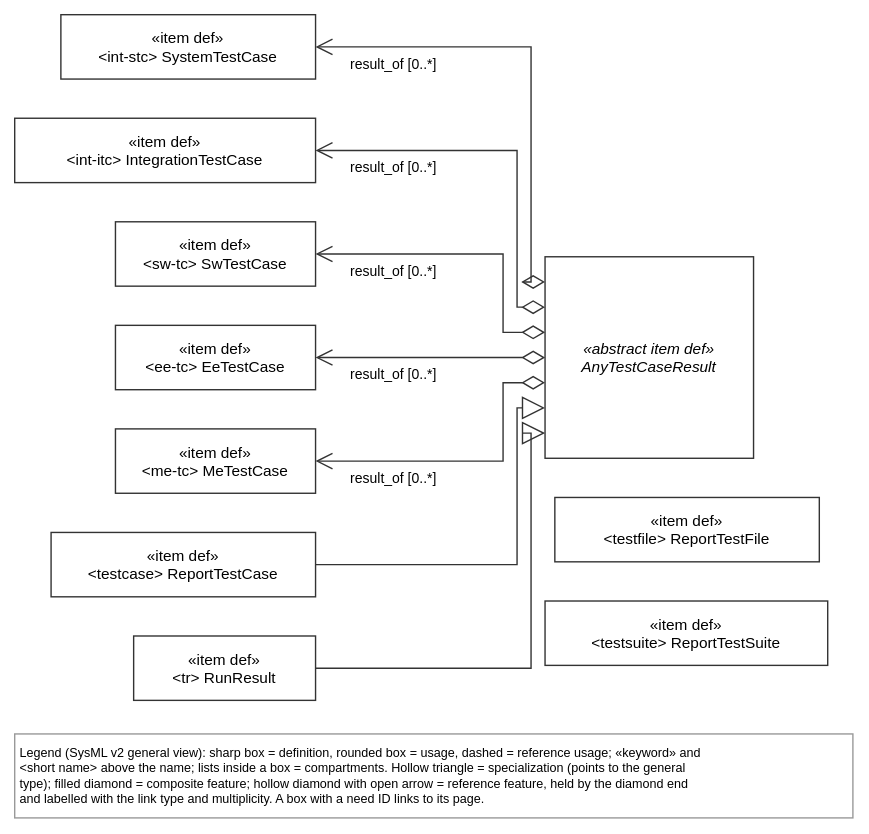
The draw.io diagram views/traceResults.drawio.svg in tiacsys/xdmod, before a commit. Source tidied: cells renumbered, new cells last; positions are measured from the earlier drawing's top-left corner, leaving out a move shared by most shapes. Source of this version:
```xml
<mxGraphModel>
  <root>
    <mxCell id="0" />
    <mxCell id="1" parent="0" />
    <mxCell id="2" value="«item def»&#10;&lt;ee-tc&gt; EeTestCase" style="html=0;fontFamily=Helvetica;fontSize=11;strokeColor=#333333;rounded=0;fillColor=#FFFFFF;verticalAlign=middle;" parent="1" vertex="1">
      <mxGeometry x="72" y="222" width="143" height="46" as="geometry" />
    </mxCell>
    <mxCell id="3" value="«item def»&#10;&lt;int-itc&gt; IntegrationTestCase" style="html=0;fontFamily=Helvetica;fontSize=11;strokeColor=#333333;rounded=0;fillColor=#FFFFFF;verticalAlign=middle;" parent="1" vertex="1">
      <mxGeometry y="74" width="215" height="46" as="geometry" />
    </mxCell>
    <mxCell id="4" value="«item def»&#10;&lt;int-stc&gt; SystemTestCase" style="html=0;fontFamily=Helvetica;fontSize=11;strokeColor=#333333;rounded=0;fillColor=#FFFFFF;verticalAlign=middle;" parent="1" vertex="1">
      <mxGeometry x="33" width="182" height="46" as="geometry" />
    </mxCell>
    <mxCell id="5" value="«item def»&#10;&lt;me-tc&gt; MeTestCase" style="html=0;fontFamily=Helvetica;fontSize=11;strokeColor=#333333;rounded=0;fillColor=#FFFFFF;verticalAlign=middle;" parent="1" vertex="1">
      <mxGeometry x="72" y="296" width="143" height="46" as="geometry" />
    </mxCell>
    <mxCell id="6" value="«abstract item def»&#10;AnyTestCaseResult" style="html=0;fontFamily=Helvetica;fontSize=11;strokeColor=#333333;rounded=0;fillColor=#FFFFFF;fontStyle=2;verticalAlign=middle;" parent="1" vertex="1">
      <mxGeometry x="379" y="173" width="149" height="144" as="geometry" />
    </mxCell>
    <mxCell id="7" value="«item def»&#10;&lt;testcase&gt; ReportTestCase" style="html=0;fontFamily=Helvetica;fontSize=11;strokeColor=#333333;rounded=0;fillColor=#FFFFFF;verticalAlign=middle;" parent="1" vertex="1">
      <mxGeometry x="26" y="370" width="189" height="46" as="geometry" />
    </mxCell>
    <mxCell id="8" value="«item def»&#10;&lt;testfile&gt; ReportTestFile" style="html=0;fontFamily=Helvetica;fontSize=11;strokeColor=#333333;rounded=0;fillColor=#FFFFFF;verticalAlign=middle;" parent="1" vertex="1">
      <mxGeometry x="386" y="345" width="189" height="46" as="geometry" />
    </mxCell>
    <mxCell id="9" value="«item def»&#10;&lt;testsuite&gt; ReportTestSuite" style="html=0;fontFamily=Helvetica;fontSize=11;strokeColor=#333333;rounded=0;fillColor=#FFFFFF;verticalAlign=middle;" parent="1" vertex="1">
      <mxGeometry x="379" y="419" width="202" height="46" as="geometry" />
    </mxCell>
    <mxCell id="10" value="«item def»&#10;&lt;tr&gt; RunResult" style="html=0;fontFamily=Helvetica;fontSize=11;strokeColor=#333333;rounded=0;fillColor=#FFFFFF;verticalAlign=middle;" parent="1" vertex="1">
      <mxGeometry x="85" y="444" width="130" height="46" as="geometry" />
    </mxCell>
    <mxCell id="11" value="«item def»&#10;&lt;sw-tc&gt; SwTestCase" style="html=0;fontFamily=Helvetica;fontSize=11;strokeColor=#333333;rounded=0;fillColor=#FFFFFF;verticalAlign=middle;" parent="1" vertex="1">
      <mxGeometry x="72" y="148" width="143" height="46" as="geometry" />
    </mxCell>
    <mxCell id="12" value="Legend (SysML v2 general view): sharp box = definition, rounded box = usage, dashed = reference usage; «keyword» and&#10;&lt;short name&gt; above the name; lists inside a box = compartments. Hollow triangle = specialization (points to the general&#10;type); filled diamond = composite feature; hollow diamond with open arrow = reference feature, held by the diamond end&#10;and labelled with the link type and multiplicity. A box with a need ID links to its page." style="text;html=0;align=left;verticalAlign=top;fontFamily=Helvetica;fontSize=9;fillColor=#FFFFFF;strokeColor=#999999;spacing=4;" parent="1" vertex="1">
      <mxGeometry y="514" width="599" height="60" as="geometry" />
    </mxCell>
    <mxCell id="13" value="result_of [0..*]" style="html=0;rounded=0;endSize=10;startSize=14;fontFamily=Helvetica;fontSize=10;labelBackgroundColor=#FFFFFF;strokeColor=#333333;startArrow=diamondThin;startFill=0;endArrow=open;exitX=0.000;exitY=0.500;exitDx=0;exitDy=0;exitPerimeter=0;entryX=1.000;entryY=0.500;entryDx=0;entryDy=0;entryPerimeter=0;" parent="1" edge="1" source="6" target="2">
      <mxGeometry relative="1" as="geometry">
        <mxPoint x="-26" y="12" as="offset" />
      </mxGeometry>
    </mxCell>
    <mxCell id="14" value="result_of [0..*]" style="html=0;rounded=0;endSize=10;startSize=14;fontFamily=Helvetica;fontSize=10;labelBackgroundColor=#FFFFFF;strokeColor=#333333;startArrow=diamondThin;startFill=0;endArrow=open;exitX=0.000;exitY=0.250;exitDx=0;exitDy=0;exitPerimeter=0;entryX=1.000;entryY=0.500;entryDx=0;entryDy=0;entryPerimeter=0;" parent="1" edge="1" source="6" target="3">
      <mxGeometry relative="1" as="geometry">
        <Array as="points">
          <mxPoint x="359" y="209" />
          <mxPoint x="359" y="97" />
        </Array>
        <mxPoint x="-82" y="12" as="offset" />
      </mxGeometry>
    </mxCell>
    <mxCell id="15" value="result_of [0..*]" style="html=0;rounded=0;endSize=10;startSize=14;fontFamily=Helvetica;fontSize=10;labelBackgroundColor=#FFFFFF;strokeColor=#333333;startArrow=diamondThin;startFill=0;endArrow=open;exitX=0.000;exitY=0.125;exitDx=0;exitDy=0;exitPerimeter=0;entryX=1.000;entryY=0.500;entryDx=0;entryDy=0;entryPerimeter=0;" parent="1" edge="1" source="6" target="4">
      <mxGeometry relative="1" as="geometry">
        <Array as="points">
          <mxPoint x="369" y="191" />
          <mxPoint x="369" y="23" />
        </Array>
        <mxPoint x="-98" as="offset" />
      </mxGeometry>
    </mxCell>
    <mxCell id="16" value="result_of [0..*]" style="html=0;rounded=0;endSize=10;startSize=14;fontFamily=Helvetica;fontSize=10;labelBackgroundColor=#FFFFFF;strokeColor=#333333;startArrow=diamondThin;startFill=0;endArrow=open;exitX=0.000;exitY=0.625;exitDx=0;exitDy=0;exitPerimeter=0;entryX=1.000;entryY=0.500;entryDx=0;entryDy=0;entryPerimeter=0;" parent="1" edge="1" source="6" target="5">
      <mxGeometry relative="1" as="geometry">
        <Array as="points">
          <mxPoint x="349" y="263" />
          <mxPoint x="349" y="319" />
        </Array>
        <mxPoint x="-54" y="12" as="offset" />
      </mxGeometry>
    </mxCell>
    <mxCell id="17" value="result_of [0..*]" style="html=0;rounded=0;endSize=10;startSize=14;fontFamily=Helvetica;fontSize=10;labelBackgroundColor=#FFFFFF;strokeColor=#333333;startArrow=diamondThin;startFill=0;endArrow=open;exitX=0.000;exitY=0.375;exitDx=0;exitDy=0;exitPerimeter=0;entryX=1.000;entryY=0.500;entryDx=0;entryDy=0;entryPerimeter=0;" parent="1" edge="1" source="6" target="11">
      <mxGeometry relative="1" as="geometry">
        <Array as="points">
          <mxPoint x="349" y="227" />
          <mxPoint x="349" y="171" />
        </Array>
        <mxPoint x="-54" y="12" as="offset" />
      </mxGeometry>
    </mxCell>
    <mxCell id="18" style="html=0;rounded=0;endSize=10;startSize=14;fontFamily=Helvetica;fontSize=10;labelBackgroundColor=#FFFFFF;strokeColor=#333333;endArrow=block;endFill=0;endSize=14;exitX=1.000;exitY=0.500;exitDx=0;exitDy=0;exitPerimeter=0;entryX=0.000;entryY=0.750;entryDx=0;entryDy=0;entryPerimeter=0;" parent="1" edge="1" source="7" target="6">
      <mxGeometry relative="1" as="geometry">
        <Array as="points">
          <mxPoint x="359" y="393" />
          <mxPoint x="359" y="281" />
        </Array>
      </mxGeometry>
    </mxCell>
    <mxCell id="19" style="html=0;rounded=0;endSize=10;startSize=14;fontFamily=Helvetica;fontSize=10;labelBackgroundColor=#FFFFFF;strokeColor=#333333;endArrow=block;endFill=0;endSize=14;exitX=1.000;exitY=0.500;exitDx=0;exitDy=0;exitPerimeter=0;entryX=0.000;entryY=0.875;entryDx=0;entryDy=0;entryPerimeter=0;" parent="1" edge="1" source="10" target="6">
      <mxGeometry relative="1" as="geometry">
        <Array as="points">
          <mxPoint x="369" y="467" />
          <mxPoint x="369" y="299" />
        </Array>
      </mxGeometry>
    </mxCell>
  </root>
</mxGraphModel>
```
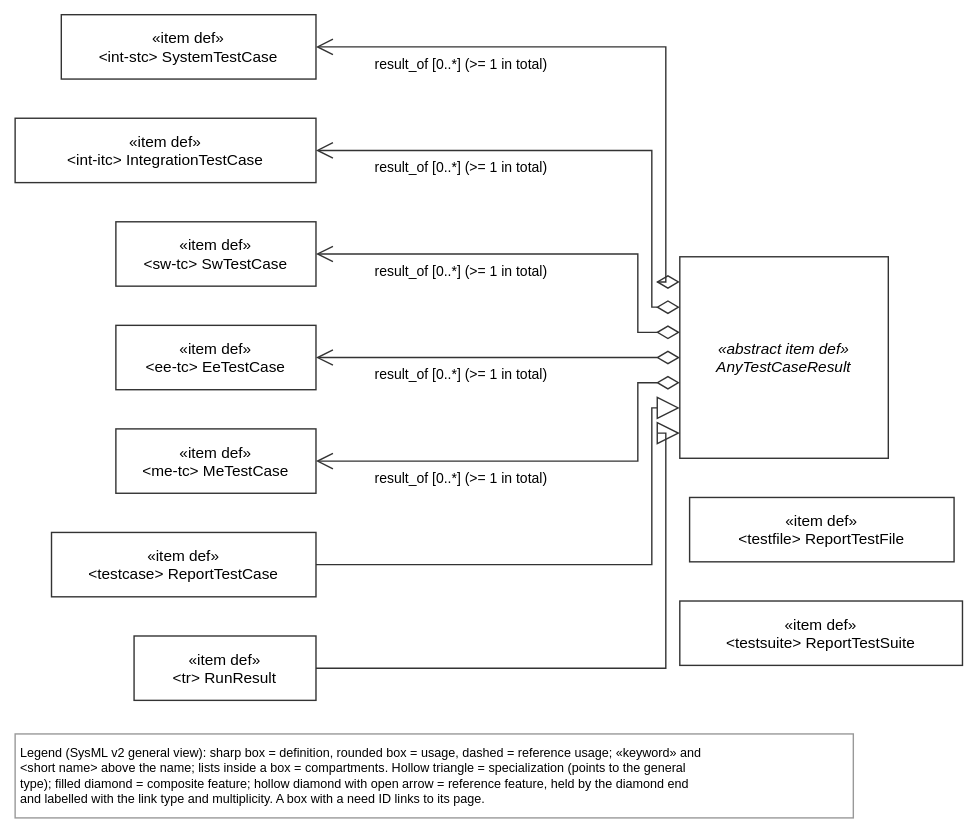
After the change.

Change to the diagram source:
```diff
@@ -15,16 +15,16 @@
       <mxGeometry x="72" y="296" width="143" height="46" as="geometry" />
     </mxCell>
     <mxCell id="6" value="«abstract item def»&#10;AnyTestCaseResult" style="html=0;fontFamily=Helvetica;fontSize=11;strokeColor=#333333;rounded=0;fillColor=#FFFFFF;fontStyle=2;verticalAlign=middle;" parent="1" vertex="1">
-      <mxGeometry x="379" y="173" width="149" height="144" as="geometry" />
+      <mxGeometry x="475" y="173" width="149" height="144" as="geometry" />
     </mxCell>
     <mxCell id="7" value="«item def»&#10;&lt;testcase&gt; ReportTestCase" style="html=0;fontFamily=Helvetica;fontSize=11;strokeColor=#333333;rounded=0;fillColor=#FFFFFF;verticalAlign=middle;" parent="1" vertex="1">
       <mxGeometry x="26" y="370" width="189" height="46" as="geometry" />
     </mxCell>
     <mxCell id="8" value="«item def»&#10;&lt;testfile&gt; ReportTestFile" style="html=0;fontFamily=Helvetica;fontSize=11;strokeColor=#333333;rounded=0;fillColor=#FFFFFF;verticalAlign=middle;" parent="1" vertex="1">
-      <mxGeometry x="386" y="345" width="189" height="46" as="geometry" />
+      <mxGeometry x="482" y="345" width="189" height="46" as="geometry" />
     </mxCell>
     <mxCell id="9" value="«item def»&#10;&lt;testsuite&gt; ReportTestSuite" style="html=0;fontFamily=Helvetica;fontSize=11;strokeColor=#333333;rounded=0;fillColor=#FFFFFF;verticalAlign=middle;" parent="1" vertex="1">
-      <mxGeometry x="379" y="419" width="202" height="46" as="geometry" />
+      <mxGeometry x="475" y="419" width="202" height="46" as="geometry" />
     </mxCell>
     <mxCell id="10" value="«item def»&#10;&lt;tr&gt; RunResult" style="html=0;fontFamily=Helvetica;fontSize=11;strokeColor=#333333;rounded=0;fillColor=#FFFFFF;verticalAlign=middle;" parent="1" vertex="1">
       <mxGeometry x="85" y="444" width="130" height="46" as="geometry" />
@@ -35,43 +35,43 @@
     <mxCell id="12" value="Legend (SysML v2 general view): sharp box = definition, rounded box = usage, dashed = reference usage; «keyword» and&#10;&lt;short name&gt; above the name; lists inside a box = compartments. Hollow triangle = specialization (points to the general&#10;type); filled diamond = composite feature; hollow diamond with open arrow = reference feature, held by the diamond end&#10;and labelled with the link type and multiplicity. A box with a need ID links to its page." style="text;html=0;align=left;verticalAlign=top;fontFamily=Helvetica;fontSize=9;fillColor=#FFFFFF;strokeColor=#999999;spacing=4;" parent="1" vertex="1">
       <mxGeometry y="514" width="599" height="60" as="geometry" />
     </mxCell>
-    <mxCell id="13" value="result_of [0..*]" style="html=0;rounded=0;endSize=10;startSize=14;fontFamily=Helvetica;fontSize=10;labelBackgroundColor=#FFFFFF;strokeColor=#333333;startArrow=diamondThin;startFill=0;endArrow=open;exitX=0.000;exitY=0.500;exitDx=0;exitDy=0;exitPerimeter=0;entryX=1.000;entryY=0.500;entryDx=0;entryDy=0;entryPerimeter=0;" parent="1" edge="1" source="6" target="2">
+    <mxCell id="13" value="result_of [0..*] (&gt;= 1 in total)" style="html=0;rounded=0;endSize=10;startSize=14;fontFamily=Helvetica;fontSize=10;labelBackgroundColor=#FFFFFF;strokeColor=#333333;startArrow=diamondThin;startFill=0;endArrow=open;exitX=0.000;exitY=0.500;exitDx=0;exitDy=0;exitPerimeter=0;entryX=1.000;entryY=0.500;entryDx=0;entryDy=0;entryPerimeter=0;" parent="1" edge="1" source="6" target="2">
       <mxGeometry relative="1" as="geometry">
         <mxPoint x="-26" y="12" as="offset" />
       </mxGeometry>
     </mxCell>
-    <mxCell id="14" value="result_of [0..*]" style="html=0;rounded=0;endSize=10;startSize=14;fontFamily=Helvetica;fontSize=10;labelBackgroundColor=#FFFFFF;strokeColor=#333333;startArrow=diamondThin;startFill=0;endArrow=open;exitX=0.000;exitY=0.250;exitDx=0;exitDy=0;exitPerimeter=0;entryX=1.000;entryY=0.500;entryDx=0;entryDy=0;entryPerimeter=0;" parent="1" edge="1" source="6" target="3">
+    <mxCell id="14" value="result_of [0..*] (&gt;= 1 in total)" style="html=0;rounded=0;endSize=10;startSize=14;fontFamily=Helvetica;fontSize=10;labelBackgroundColor=#FFFFFF;strokeColor=#333333;startArrow=diamondThin;startFill=0;endArrow=open;exitX=0.000;exitY=0.250;exitDx=0;exitDy=0;exitPerimeter=0;entryX=1.000;entryY=0.500;entryDx=0;entryDy=0;entryPerimeter=0;" parent="1" edge="1" source="6" target="3">
       <mxGeometry relative="1" as="geometry">
         <Array as="points">
-          <mxPoint x="359" y="209" />
-          <mxPoint x="359" y="97" />
+          <mxPoint x="455" y="209" />
+          <mxPoint x="455" y="97" />
         </Array>
         <mxPoint x="-82" y="12" as="offset" />
       </mxGeometry>
     </mxCell>
-    <mxCell id="15" value="result_of [0..*]" style="html=0;rounded=0;endSize=10;startSize=14;fontFamily=Helvetica;fontSize=10;labelBackgroundColor=#FFFFFF;strokeColor=#333333;startArrow=diamondThin;startFill=0;endArrow=open;exitX=0.000;exitY=0.125;exitDx=0;exitDy=0;exitPerimeter=0;entryX=1.000;entryY=0.500;entryDx=0;entryDy=0;entryPerimeter=0;" parent="1" edge="1" source="6" target="4">
+    <mxCell id="15" value="result_of [0..*] (&gt;= 1 in total)" style="html=0;rounded=0;endSize=10;startSize=14;fontFamily=Helvetica;fontSize=10;labelBackgroundColor=#FFFFFF;strokeColor=#333333;startArrow=diamondThin;startFill=0;endArrow=open;exitX=0.000;exitY=0.125;exitDx=0;exitDy=0;exitPerimeter=0;entryX=1.000;entryY=0.500;entryDx=0;entryDy=0;entryPerimeter=0;" parent="1" edge="1" source="6" target="4">
       <mxGeometry relative="1" as="geometry">
         <Array as="points">
-          <mxPoint x="369" y="191" />
-          <mxPoint x="369" y="23" />
+          <mxPoint x="465" y="191" />
+          <mxPoint x="465" y="23" />
         </Array>
-        <mxPoint x="-98" as="offset" />
+        <mxPoint x="-110" y="12" as="offset" />
       </mxGeometry>
     </mxCell>
-    <mxCell id="16" value="result_of [0..*]" style="html=0;rounded=0;endSize=10;startSize=14;fontFamily=Helvetica;fontSize=10;labelBackgroundColor=#FFFFFF;strokeColor=#333333;startArrow=diamondThin;startFill=0;endArrow=open;exitX=0.000;exitY=0.625;exitDx=0;exitDy=0;exitPerimeter=0;entryX=1.000;entryY=0.500;entryDx=0;entryDy=0;entryPerimeter=0;" parent="1" edge="1" source="6" target="5">
+    <mxCell id="16" value="result_of [0..*] (&gt;= 1 in total)" style="html=0;rounded=0;endSize=10;startSize=14;fontFamily=Helvetica;fontSize=10;labelBackgroundColor=#FFFFFF;strokeColor=#333333;startArrow=diamondThin;startFill=0;endArrow=open;exitX=0.000;exitY=0.625;exitDx=0;exitDy=0;exitPerimeter=0;entryX=1.000;entryY=0.500;entryDx=0;entryDy=0;entryPerimeter=0;" parent="1" edge="1" source="6" target="5">
       <mxGeometry relative="1" as="geometry">
         <Array as="points">
-          <mxPoint x="349" y="263" />
-          <mxPoint x="349" y="319" />
+          <mxPoint x="445" y="263" />
+          <mxPoint x="445" y="319" />
         </Array>
         <mxPoint x="-54" y="12" as="offset" />
       </mxGeometry>
     </mxCell>
-    <mxCell id="17" value="result_of [0..*]" style="html=0;rounded=0;endSize=10;startSize=14;fontFamily=Helvetica;fontSize=10;labelBackgroundColor=#FFFFFF;strokeColor=#333333;startArrow=diamondThin;startFill=0;endArrow=open;exitX=0.000;exitY=0.375;exitDx=0;exitDy=0;exitPerimeter=0;entryX=1.000;entryY=0.500;entryDx=0;entryDy=0;entryPerimeter=0;" parent="1" edge="1" source="6" target="11">
+    <mxCell id="17" value="result_of [0..*] (&gt;= 1 in total)" style="html=0;rounded=0;endSize=10;startSize=14;fontFamily=Helvetica;fontSize=10;labelBackgroundColor=#FFFFFF;strokeColor=#333333;startArrow=diamondThin;startFill=0;endArrow=open;exitX=0.000;exitY=0.375;exitDx=0;exitDy=0;exitPerimeter=0;entryX=1.000;entryY=0.500;entryDx=0;entryDy=0;entryPerimeter=0;" parent="1" edge="1" source="6" target="11">
       <mxGeometry relative="1" as="geometry">
         <Array as="points">
-          <mxPoint x="349" y="227" />
-          <mxPoint x="349" y="171" />
+          <mxPoint x="445" y="227" />
+          <mxPoint x="445" y="171" />
         </Array>
         <mxPoint x="-54" y="12" as="offset" />
       </mxGeometry>
@@ -79,16 +79,16 @@
     <mxCell id="18" style="html=0;rounded=0;endSize=10;startSize=14;fontFamily=Helvetica;fontSize=10;labelBackgroundColor=#FFFFFF;strokeColor=#333333;endArrow=block;endFill=0;endSize=14;exitX=1.000;exitY=0.500;exitDx=0;exitDy=0;exitPerimeter=0;entryX=0.000;entryY=0.750;entryDx=0;entryDy=0;entryPerimeter=0;" parent="1" edge="1" source="7" target="6">
       <mxGeometry relative="1" as="geometry">
         <Array as="points">
-          <mxPoint x="359" y="393" />
-          <mxPoint x="359" y="281" />
+          <mxPoint x="455" y="393" />
+          <mxPoint x="455" y="281" />
         </Array>
       </mxGeometry>
     </mxCell>
     <mxCell id="19" style="html=0;rounded=0;endSize=10;startSize=14;fontFamily=Helvetica;fontSize=10;labelBackgroundColor=#FFFFFF;strokeColor=#333333;endArrow=block;endFill=0;endSize=14;exitX=1.000;exitY=0.500;exitDx=0;exitDy=0;exitPerimeter=0;entryX=0.000;entryY=0.875;entryDx=0;entryDy=0;entryPerimeter=0;" parent="1" edge="1" source="10" target="6">
       <mxGeometry relative="1" as="geometry">
         <Array as="points">
-          <mxPoint x="369" y="467" />
-          <mxPoint x="369" y="299" />
+          <mxPoint x="465" y="467" />
+          <mxPoint x="465" y="299" />
         </Array>
       </mxGeometry>
     </mxCell>
```
